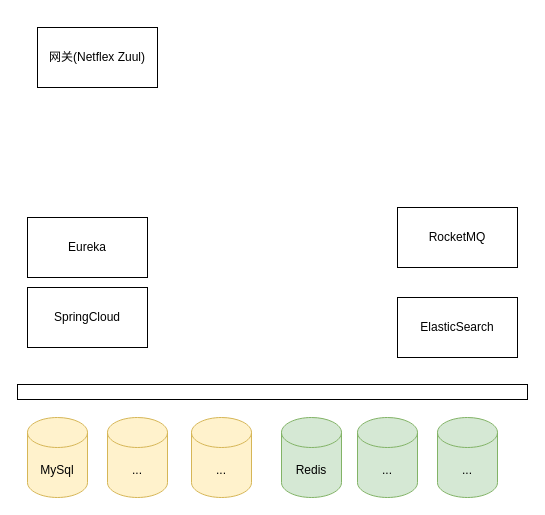
cherishsince/diagrams.net keeps this draw.io diagram as rongda-dep/分布式 云his.drawio. Above is the earlier version. Source tidied: cells renumbered, new cells numbered last; positions are measured from the earlier drawing's top-left corner, leaving out a move shared by most shapes. Both pictures are drawn from the tidied source at 100%, with x=0, y=0 at pixel (17, 27).
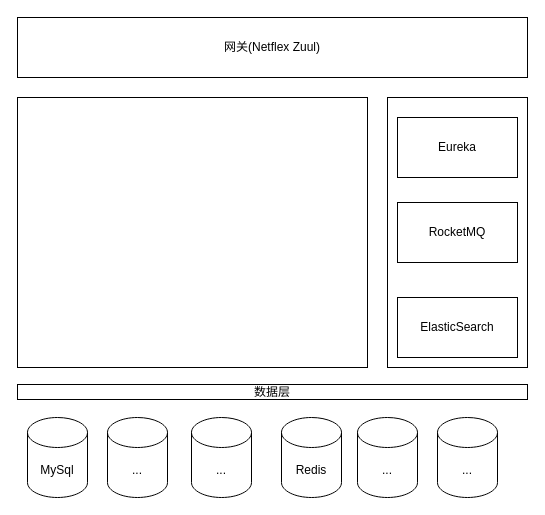
The same page after the edit.

Commit message (it also covers changes not shown here):
更新分布式 云his.drawio

Diff of the diagram source:
```diff
@@
 <mxGraphModel>
   <root>
     <mxCell id="0" />
     <mxCell id="1" parent="0" />
-    <mxCell id="2" value="SpringCloud" style="rounded=0;whiteSpace=wrap;html=1;" parent="1" vertex="1">
-      <mxGeometry x="10" y="260" width="120" height="60" as="geometry" />
-    </mxCell>
+    <mxCell id="14" style="rounded=0;whiteSpace=wrap;html=1;" parent="1" vertex="1">
+      <mxGeometry y="70" width="350" height="270" as="geometry" />
+    </mxCell>
+    <mxCell id="15" style="rounded=0;whiteSpace=wrap;html=1;" parent="1" vertex="1">
+      <mxGeometry x="370" y="70" width="140" height="270" as="geometry" />
+    </mxCell>
     <mxCell id="3" value="Eureka" style="rounded=0;whiteSpace=wrap;html=1;" parent="1" vertex="1">
-      <mxGeometry x="10" y="190" width="120" height="60" as="geometry" />
+      <mxGeometry x="380" y="90" width="120" height="60" as="geometry" />
     </mxCell>
     <mxCell id="4" value="RocketMQ" style="rounded=0;whiteSpace=wrap;html=1;" parent="1" vertex="1">
-      <mxGeometry x="380" y="180" width="120" height="60" as="geometry" />
+      <mxGeometry x="380" y="175" width="120" height="60" as="geometry" />
     </mxCell>
     <mxCell id="5" value="ElasticSearch" style="rounded=0;whiteSpace=wrap;html=1;" parent="1" vertex="1">
       <mxGeometry x="380" y="270" width="120" height="60" as="geometry" />
     </mxCell>
     <mxCell id="6" value="网关(Netflex Zuul)" style="rounded=0;whiteSpace=wrap;html=1;" parent="1" vertex="1">
-      <mxGeometry x="20" width="120" height="60" as="geometry" />
+      <mxGeometry y="-10" width="510" height="60" as="geometry" />
     </mxCell>
-    <mxCell id="7" value="MySql" style="shape=cylinder3;whiteSpace=wrap;html=1;boundedLbl=1;backgroundOutline=1;size=15;fillColor=#fff2cc;strokeColor=#d6b656;" parent="1" vertex="1">
+    <mxCell id="7" value="MySql" style="shape=cylinder3;whiteSpace=wrap;html=1;boundedLbl=1;backgroundOutline=1;size=15;" parent="1" vertex="1">
       <mxGeometry x="10" y="390" width="60" height="80" as="geometry" />
     </mxCell>
-    <mxCell id="8" value="Redis" style="shape=cylinder3;whiteSpace=wrap;html=1;boundedLbl=1;backgroundOutline=1;size=15;fillColor=#d5e8d4;strokeColor=#82b366;" parent="1" vertex="1">
+    <mxCell id="8" value="Redis" style="shape=cylinder3;whiteSpace=wrap;html=1;boundedLbl=1;backgroundOutline=1;size=15;" parent="1" vertex="1">
       <mxGeometry x="264" y="390" width="60" height="80" as="geometry" />
     </mxCell>
-    <mxCell id="9" value="..." style="shape=cylinder3;whiteSpace=wrap;html=1;boundedLbl=1;backgroundOutline=1;size=15;fillColor=#fff2cc;strokeColor=#d6b656;" parent="1" vertex="1">
+    <mxCell id="9" value="..." style="shape=cylinder3;whiteSpace=wrap;html=1;boundedLbl=1;backgroundOutline=1;size=15;" parent="1" vertex="1">
       <mxGeometry x="90" y="390" width="60" height="80" as="geometry" />
     </mxCell>
-    <mxCell id="10" value="..." style="shape=cylinder3;whiteSpace=wrap;html=1;boundedLbl=1;backgroundOutline=1;size=15;fillColor=#d5e8d4;strokeColor=#82b366;" parent="1" vertex="1">
+    <mxCell id="10" value="..." style="shape=cylinder3;whiteSpace=wrap;html=1;boundedLbl=1;backgroundOutline=1;size=15;" parent="1" vertex="1">
       <mxGeometry x="420" y="390" width="60" height="80" as="geometry" />
     </mxCell>
-    <mxCell id="11" value="..." style="shape=cylinder3;whiteSpace=wrap;html=1;boundedLbl=1;backgroundOutline=1;size=15;fillColor=#fff2cc;strokeColor=#d6b656;" parent="1" vertex="1">
+    <mxCell id="11" value="..." style="shape=cylinder3;whiteSpace=wrap;html=1;boundedLbl=1;backgroundOutline=1;size=15;" parent="1" vertex="1">
       <mxGeometry x="174" y="390" width="60" height="80" as="geometry" />
     </mxCell>
-    <mxCell id="12" value="..." style="shape=cylinder3;whiteSpace=wrap;html=1;boundedLbl=1;backgroundOutline=1;size=15;fillColor=#d5e8d4;strokeColor=#82b366;" parent="1" vertex="1">
+    <mxCell id="12" value="..." style="shape=cylinder3;whiteSpace=wrap;html=1;boundedLbl=1;backgroundOutline=1;size=15;" parent="1" vertex="1">
       <mxGeometry x="340" y="390" width="60" height="80" as="geometry" />
     </mxCell>
-    <mxCell id="13" style="rounded=0;whiteSpace=wrap;html=1;" parent="1" vertex="1">
+    <mxCell id="13" value="数据层" style="rounded=0;whiteSpace=wrap;html=1;" parent="1" vertex="1">
       <mxGeometry y="357" width="510" height="15" as="geometry" />
     </mxCell>
   </root>
 </mxGraphModel>
```
